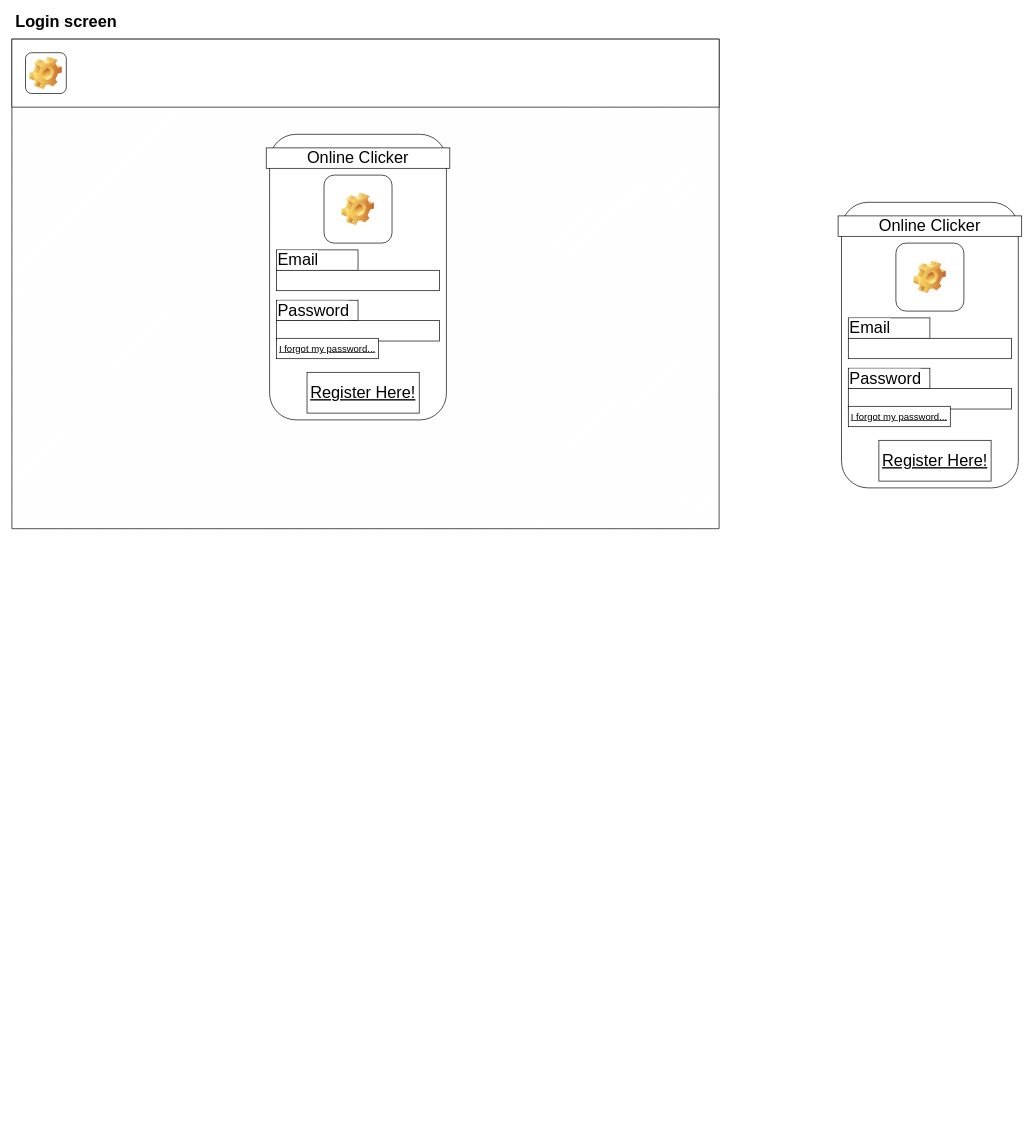
Above: s3_individual_project/d3_frontend_wireframes.drawio in Gryfin123/diagrams_with_no_context (draw.io), before the change. Source tidied: cells renumbered, new cells numbered last; positions are measured from the earlier drawing's top-left corner, leaving out a move shared by most shapes. Both pictures are drawn from the tidied source at 68%, with x=0, y=0 at pixel (12, 12).
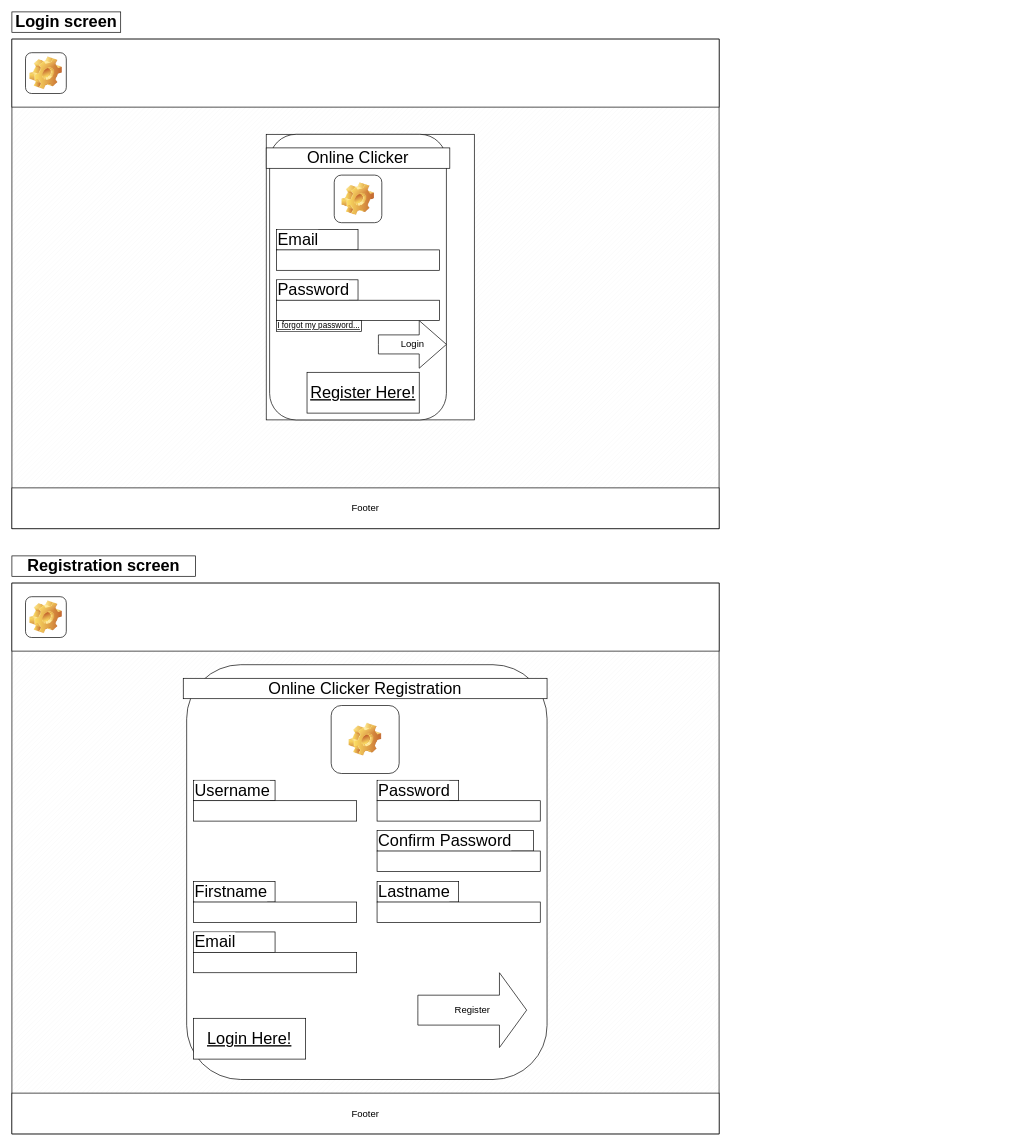
After the change.

Commit message:
Update d3_frontend_wireframes.drawio, added Registration Wireframe

Change to the diagram source:
```diff
@@
-    <mxCell id="3" value="&lt;font style=&quot;font-size: 24px&quot;&gt;&lt;b&gt;Login screen&lt;/b&gt;&lt;/font&gt;" style="text;html=1;strokeColor=none;fillColor=none;align=center;verticalAlign=middle;whiteSpace=wrap;rounded=0;fontColor=default;" parent="1" vertex="1">
+    <mxCell id="3" value="&lt;font style=&quot;font-size: 24px&quot;&gt;&lt;b&gt;Login screen&lt;/b&gt;&lt;/font&gt;" style="text;html=1;align=center;verticalAlign=middle;whiteSpace=wrap;rounded=0;fillColor=default;strokeColor=default;fontColor=default;" parent="1" vertex="1">
       <mxGeometry width="160" height="30" as="geometry" />
     </mxCell>
-    <mxCell id="4" style="rounded=0;whiteSpace=wrap;html=1;fontSize=24;fontColor=default;strokeColor=default;fillColor=default;" parent="1" vertex="1">
+    <mxCell id="4" style="rounded=0;whiteSpace=wrap;html=1;fontSize=24;fillColor=default;strokeColor=default;fontColor=default;" parent="1" vertex="1">
       <mxGeometry y="40" width="1040" height="100" as="geometry" />
     </mxCell>
-    <mxCell id="5" style="rounded=1;whiteSpace=wrap;html=1;fontSize=24;fontColor=default;strokeColor=default;fillColor=default;" parent="1" vertex="1">
-      <mxGeometry x="1220" y="280" width="260" height="420" as="geometry" />
-    </mxCell>
-    <mxCell id="6" style="icon;html=1;image=img/clipart/Gear_128x128.png;fontSize=24;fontColor=default;strokeColor=default;fillColor=default;labelBackgroundColor=default;" parent="1" vertex="1">
+    <mxCell id="6" style="icon;html=1;image=img/clipart/Gear_128x128.png;fontSize=24;labelBackgroundColor=default;fillColor=default;strokeColor=default;fontColor=default;" parent="1" vertex="1">
       <mxGeometry x="20" y="60" width="60" height="60" as="geometry" />
     </mxCell>
-    <mxCell id="7" value="Online Clicker" style="text;html=1;strokeColor=default;fillColor=default;align=center;verticalAlign=middle;whiteSpace=wrap;rounded=0;fontSize=24;fontColor=default;" parent="1" vertex="1">
-      <mxGeometry x="1215" y="300" width="270" height="30" as="geometry" />
-    </mxCell>
-    <mxCell id="8" style="icon;html=1;image=img/clipart/Gear_128x128.png;fontSize=24;fontColor=default;strokeColor=default;fillColor=default;labelBackgroundColor=default;" parent="1" vertex="1">
-      <mxGeometry x="1300" y="340" width="100" height="100" as="geometry" />
-    </mxCell>
-    <mxCell id="9" value="Email" style="text;html=1;strokeColor=default;fillColor=default;align=left;verticalAlign=middle;whiteSpace=wrap;rounded=0;labelBackgroundColor=default;fontSize=24;fontColor=default;" parent="1" vertex="1">
-      <mxGeometry x="1230" y="450" width="120" height="30" as="geometry" />
-    </mxCell>
-    <mxCell id="10" style="rounded=0;whiteSpace=wrap;html=1;labelBackgroundColor=default;fontSize=24;fontColor=default;strokeColor=default;fillColor=default;" parent="1" vertex="1">
-      <mxGeometry x="1230" y="480" width="240" height="30" as="geometry" />
-    </mxCell>
-    <mxCell id="11" value="Password" style="text;html=1;strokeColor=default;fillColor=default;align=left;verticalAlign=middle;whiteSpace=wrap;rounded=0;labelBackgroundColor=default;fontSize=24;fontColor=default;" parent="1" vertex="1">
-      <mxGeometry x="1230" y="524" width="120" height="30" as="geometry" />
-    </mxCell>
-    <mxCell id="12" style="rounded=0;whiteSpace=wrap;html=1;labelBackgroundColor=default;fontSize=24;fontColor=default;strokeColor=default;fillColor=default;" parent="1" vertex="1">
-      <mxGeometry x="1230" y="554" width="240" height="30" as="geometry" />
-    </mxCell>
-    <mxCell id="13" value="&lt;font style=&quot;font-size: 14px;&quot;&gt;I forgot my password...&lt;/font&gt;" style="text;html=1;strokeColor=default;fillColor=default;whiteSpace=wrap;align=center;verticalAlign=middle;fontColor=default;fontStyle=4;labelBackgroundColor=default;fontSize=14;" parent="1" vertex="1">
-      <mxGeometry x="1230" y="580" width="150" height="30" as="geometry" />
-    </mxCell>
-    <mxCell id="14" value="&lt;font style=&quot;font-size: 24px;&quot;&gt;Register Here!&lt;/font&gt;" style="text;html=1;strokeColor=default;fillColor=default;whiteSpace=wrap;align=center;verticalAlign=middle;fontColor=default;fontStyle=4;labelBackgroundColor=default;fontSize=24;" parent="1" vertex="1">
-      <mxGeometry x="1275" y="630" width="165" height="60" as="geometry" />
-    </mxCell>
-    <mxCell id="15" style="group;fontColor=default;" parent="1" vertex="1">
-      <mxGeometry x="374" y="180" width="270" height="420" as="geometry" />
+    <mxCell id="15" style="group;fillColor=default;strokeColor=default;fontColor=default;" parent="1" vertex="1">
+      <mxGeometry x="374" y="180" width="306" height="420" as="geometry" />
     </mxCell>
-    <mxCell id="16" style="rounded=1;whiteSpace=wrap;html=1;fontSize=24;fontColor=default;strokeColor=default;fillColor=default;" parent="15" vertex="1">
+    <mxCell id="16" style="rounded=1;whiteSpace=wrap;html=1;fontSize=24;fillColor=default;strokeColor=default;fontColor=default;" parent="15" vertex="1">
       <mxGeometry x="5" width="260" height="420" as="geometry" />
     </mxCell>
-    <mxCell id="17" value="Online Clicker" style="text;html=1;strokeColor=default;fillColor=default;align=center;verticalAlign=middle;whiteSpace=wrap;rounded=0;fontSize=24;fontColor=default;" parent="15" vertex="1">
+    <mxCell id="17" value="Online Clicker" style="text;html=1;align=center;verticalAlign=middle;whiteSpace=wrap;rounded=0;fontSize=24;fillColor=default;strokeColor=default;fontColor=default;" parent="15" vertex="1">
       <mxGeometry y="20" width="270" height="30" as="geometry" />
     </mxCell>
-    <mxCell id="18" style="icon;html=1;image=img/clipart/Gear_128x128.png;fontSize=24;fontColor=default;strokeColor=default;fillColor=default;labelBackgroundColor=default;" parent="15" vertex="1">
-      <mxGeometry x="85" y="60" width="100" height="100" as="geometry" />
+    <mxCell id="18" style="icon;html=1;image=img/clipart/Gear_128x128.png;fontSize=24;labelBackgroundColor=default;fillColor=default;strokeColor=default;fontColor=default;" parent="15" vertex="1">
+      <mxGeometry x="100" y="60" width="70" height="70" as="geometry" />
     </mxCell>
-    <mxCell id="19" value="Email" style="text;html=1;strokeColor=default;fillColor=default;align=left;verticalAlign=middle;whiteSpace=wrap;rounded=0;labelBackgroundColor=default;fontSize=24;fontColor=default;" parent="15" vertex="1">
-      <mxGeometry x="15" y="170" width="120" height="30" as="geometry" />
+    <mxCell id="19" value="Email" style="text;html=1;align=left;verticalAlign=middle;whiteSpace=wrap;rounded=0;labelBackgroundColor=default;fontSize=24;fillColor=default;strokeColor=default;fontColor=default;" parent="15" vertex="1">
+      <mxGeometry x="15" y="140" width="120" height="30" as="geometry" />
     </mxCell>
-    <mxCell id="20" style="rounded=0;whiteSpace=wrap;html=1;labelBackgroundColor=default;fontSize=24;fontColor=default;strokeColor=default;fillColor=default;" parent="15" vertex="1">
-      <mxGeometry x="15" y="200" width="240" height="30" as="geometry" />
+    <mxCell id="20" style="rounded=0;whiteSpace=wrap;html=1;labelBackgroundColor=default;fontSize=24;fillColor=default;strokeColor=default;fontColor=default;" parent="15" vertex="1">
+      <mxGeometry x="15" y="170" width="240" height="30" as="geometry" />
     </mxCell>
-    <mxCell id="21" value="Password" style="text;html=1;strokeColor=default;fillColor=default;align=left;verticalAlign=middle;whiteSpace=wrap;rounded=0;labelBackgroundColor=default;fontSize=24;fontColor=default;" parent="15" vertex="1">
-      <mxGeometry x="15" y="244" width="120" height="30" as="geometry" />
+    <mxCell id="21" value="Password" style="text;html=1;align=left;verticalAlign=middle;whiteSpace=wrap;rounded=0;labelBackgroundColor=default;fontSize=24;fillColor=default;strokeColor=default;fontColor=default;" parent="15" vertex="1">
+      <mxGeometry x="15" y="214" width="120" height="30" as="geometry" />
     </mxCell>
-    <mxCell id="22" style="rounded=0;whiteSpace=wrap;html=1;labelBackgroundColor=default;fontSize=24;fontColor=default;strokeColor=default;fillColor=default;" parent="15" vertex="1">
-      <mxGeometry x="15" y="274" width="240" height="30" as="geometry" />
+    <mxCell id="22" style="rounded=0;whiteSpace=wrap;html=1;labelBackgroundColor=default;fontSize=24;fillColor=default;strokeColor=default;fontColor=default;" parent="15" vertex="1">
+      <mxGeometry x="15" y="244" width="240" height="30" as="geometry" />
     </mxCell>
-    <mxCell id="23" value="&lt;font style=&quot;font-size: 14px;&quot;&gt;I forgot my password...&lt;/font&gt;" style="text;html=1;strokeColor=default;fillColor=default;whiteSpace=wrap;align=center;verticalAlign=middle;fontColor=default;fontStyle=4;labelBackgroundColor=default;fontSize=14;" parent="15" vertex="1">
-      <mxGeometry x="15" y="300" width="150" height="30" as="geometry" />
+    <mxCell id="23" value="&lt;font style=&quot;font-size: 12px;&quot;&gt;I forgot my password...&lt;/font&gt;" style="text;html=1;whiteSpace=wrap;align=center;verticalAlign=middle;fontStyle=4;labelBackgroundColor=default;fontSize=12;labelBorderColor=none;fillColor=default;strokeColor=default;fontColor=default;" parent="15" vertex="1">
+      <mxGeometry x="15" y="274" width="125" height="16" as="geometry" />
     </mxCell>
-    <mxCell id="24" value="&lt;font style=&quot;font-size: 24px;&quot;&gt;Register Here!&lt;/font&gt;" style="text;html=1;strokeColor=default;fillColor=default;whiteSpace=wrap;align=center;verticalAlign=middle;fontColor=default;fontStyle=4;labelBackgroundColor=default;fontSize=24;" parent="15" vertex="1">
+    <mxCell id="24" value="Register Here!" style="text;align=center;verticalAlign=middle;fontStyle=4;labelBackgroundColor=default;fontSize=24;labelBorderColor=none;whiteSpace=wrap;html=1;fillColor=default;strokeColor=default;fontColor=default;" parent="15" vertex="1">
       <mxGeometry x="60" y="350" width="165" height="60" as="geometry" />
     </mxCell>
+    <mxCell id="25" value="Login" style="html=1;shadow=0;dashed=0;align=center;verticalAlign=middle;shape=mxgraph.arrows2.arrow;dy=0.6;dx=40;notch=0;labelBackgroundColor=none;labelBorderColor=none;fontSize=14;fillColor=default;strokeColor=default;fontColor=default;" parent="15" vertex="1">
+      <mxGeometry x="165" y="274" width="100" height="70" as="geometry" />
+    </mxCell>
+    <mxCell id="26" style="verticalLabelPosition=bottom;verticalAlign=top;html=1;shape=mxgraph.basic.patternFillRect;fillStyle=diag;step=5;fillStrokeWidth=0.2;fillStrokeColor=#dddddd;fillColor=default;strokeColor=default;fontColor=default;" parent="1" vertex="1">
+      <mxGeometry y="840" width="1040" height="810" as="geometry" />
+    </mxCell>
+    <mxCell id="27" value="&lt;font style=&quot;font-size: 24px&quot;&gt;&lt;b&gt;Registration screen&lt;/b&gt;&lt;/font&gt;" style="text;html=1;align=center;verticalAlign=middle;whiteSpace=wrap;rounded=0;fillColor=default;strokeColor=default;fontColor=default;" parent="1" vertex="1">
+      <mxGeometry y="800" width="270" height="30" as="geometry" />
+    </mxCell>
+    <mxCell id="28" style="rounded=0;whiteSpace=wrap;html=1;fontSize=24;fillColor=default;strokeColor=default;fontColor=default;" parent="1" vertex="1">
+      <mxGeometry y="840" width="1040" height="100" as="geometry" />
+    </mxCell>
+    <mxCell id="29" style="icon;html=1;image=img/clipart/Gear_128x128.png;fontSize=24;labelBackgroundColor=default;fillColor=default;strokeColor=default;fontColor=default;" parent="1" vertex="1">
+      <mxGeometry x="20" y="860" width="60" height="60" as="geometry" />
+    </mxCell>
+    <mxCell id="30" style="group;fontColor=default;" parent="1" vertex="1">
+      <mxGeometry x="252" y="960" width="535" height="610" as="geometry" />
+    </mxCell>
+    <mxCell id="31" style="rounded=1;whiteSpace=wrap;html=1;fontSize=24;fillColor=default;strokeColor=default;fontColor=default;" parent="30" vertex="1">
+      <mxGeometry x="5" width="530" height="610" as="geometry" />
+    </mxCell>
+    <mxCell id="32" value="Online Clicker Registration" style="text;html=1;align=center;verticalAlign=middle;whiteSpace=wrap;rounded=0;fontSize=24;fillColor=default;strokeColor=default;fontColor=default;" parent="30" vertex="1">
+      <mxGeometry y="20" width="535" height="30" as="geometry" />
+    </mxCell>
+    <mxCell id="33" style="icon;html=1;image=img/clipart/Gear_128x128.png;fontSize=24;labelBackgroundColor=default;fillColor=default;strokeColor=default;fontColor=default;" parent="30" vertex="1">
+      <mxGeometry x="217.5" y="60" width="100" height="100" as="geometry" />
+    </mxCell>
+    <mxCell id="34" value="Username" style="text;html=1;align=left;verticalAlign=middle;whiteSpace=wrap;rounded=0;labelBackgroundColor=default;fontSize=24;fillColor=default;strokeColor=default;fontColor=default;" parent="30" vertex="1">
+      <mxGeometry x="15" y="170" width="120" height="30" as="geometry" />
+    </mxCell>
+    <mxCell id="35" style="rounded=0;whiteSpace=wrap;html=1;labelBackgroundColor=default;fontSize=24;fillColor=default;strokeColor=default;fontColor=default;" parent="30" vertex="1">
+      <mxGeometry x="15" y="200" width="240" height="30" as="geometry" />
+    </mxCell>
+    <mxCell id="36" value="Firstname" style="text;html=1;align=left;verticalAlign=middle;whiteSpace=wrap;rounded=0;labelBackgroundColor=default;fontSize=24;fillColor=default;strokeColor=default;fontColor=default;" parent="30" vertex="1">
+      <mxGeometry x="15" y="319" width="120" height="30" as="geometry" />
+    </mxCell>
+    <mxCell id="37" style="rounded=0;whiteSpace=wrap;html=1;labelBackgroundColor=default;fontSize=24;fillColor=default;strokeColor=default;fontColor=default;" parent="30" vertex="1">
+      <mxGeometry x="15" y="349" width="240" height="30" as="geometry" />
+    </mxCell>
+    <mxCell id="9" value="Email" style="text;html=1;align=left;verticalAlign=middle;whiteSpace=wrap;rounded=0;labelBackgroundColor=default;fontSize=24;fillColor=default;strokeColor=default;fontColor=default;" parent="30" vertex="1">
+      <mxGeometry x="15" y="393" width="120" height="30" as="geometry" />
+    </mxCell>
+    <mxCell id="38" style="rounded=0;whiteSpace=wrap;html=1;labelBackgroundColor=default;fontSize=24;fillColor=default;strokeColor=default;fontColor=default;" parent="30" vertex="1">
+      <mxGeometry x="15" y="423" width="240" height="30" as="geometry" />
+    </mxCell>
+    <mxCell id="11" value="Password" style="text;html=1;align=left;verticalAlign=middle;whiteSpace=wrap;rounded=0;labelBackgroundColor=default;fontSize=24;fillColor=default;strokeColor=default;fontColor=default;" parent="30" vertex="1">
+      <mxGeometry x="285" y="170" width="120" height="30" as="geometry" />
+    </mxCell>
+    <mxCell id="39" style="rounded=0;whiteSpace=wrap;html=1;labelBackgroundColor=default;fontSize=24;fillColor=default;strokeColor=default;fontColor=default;" parent="30" vertex="1">
+      <mxGeometry x="285" y="200" width="240" height="30" as="geometry" />
+    </mxCell>
+    <mxCell id="40" value="Confirm Password" style="text;html=1;align=left;verticalAlign=middle;whiteSpace=wrap;rounded=0;labelBackgroundColor=default;fontSize=24;fillColor=default;strokeColor=default;fontColor=default;" parent="30" vertex="1">
+      <mxGeometry x="285" y="244" width="230" height="30" as="geometry" />
+    </mxCell>
+    <mxCell id="41" style="rounded=0;whiteSpace=wrap;html=1;labelBackgroundColor=default;fontSize=24;fillColor=default;strokeColor=default;fontColor=default;" parent="30" vertex="1">
+      <mxGeometry x="285" y="274" width="240" height="30" as="geometry" />
+    </mxCell>
+    <mxCell id="42" value="Lastname" style="text;html=1;align=left;verticalAlign=middle;whiteSpace=wrap;rounded=0;labelBackgroundColor=default;fontSize=24;fillColor=default;strokeColor=default;fontColor=default;" parent="30" vertex="1">
+      <mxGeometry x="285" y="319" width="120" height="30" as="geometry" />
+    </mxCell>
+    <mxCell id="43" style="rounded=0;whiteSpace=wrap;html=1;labelBackgroundColor=default;fontSize=24;fillColor=default;strokeColor=default;fontColor=default;" parent="30" vertex="1">
+      <mxGeometry x="285" y="349" width="240" height="30" as="geometry" />
+    </mxCell>
+    <mxCell id="44" value="&lt;font style=&quot;font-size: 24px&quot;&gt;Login Here!&lt;/font&gt;" style="text;html=1;whiteSpace=wrap;align=center;verticalAlign=middle;fontStyle=4;labelBackgroundColor=default;fontSize=24;fillColor=default;strokeColor=default;fontColor=default;" parent="30" vertex="1">
+      <mxGeometry x="15" y="520" width="165" height="60" as="geometry" />
+    </mxCell>
+    <mxCell id="45" value="Register" style="html=1;shadow=0;dashed=0;align=center;verticalAlign=middle;shape=mxgraph.arrows2.arrow;dy=0.6;dx=40;notch=0;labelBackgroundColor=none;labelBorderColor=none;fontSize=14;fillColor=default;strokeColor=default;fontColor=default;" parent="30" vertex="1">
+      <mxGeometry x="345" y="453" width="160" height="110" as="geometry" />
+    </mxCell>
+    <mxCell id="46" value="Footer" style="rounded=0;whiteSpace=wrap;html=1;labelBackgroundColor=default;labelBorderColor=none;fontSize=14;fontColor=default;strokeColor=default;fillColor=default;align=center;" parent="1" vertex="1">
+      <mxGeometry y="700" width="1040" height="60" as="geometry" />
+    </mxCell>
+    <mxCell id="47" value="Footer" style="rounded=0;whiteSpace=wrap;html=1;labelBackgroundColor=default;labelBorderColor=none;fontSize=14;fontColor=default;strokeColor=default;fillColor=default;align=center;" parent="1" vertex="1">
+      <mxGeometry y="1590" width="1040" height="60" as="geometry" />
+    </mxCell>
```
